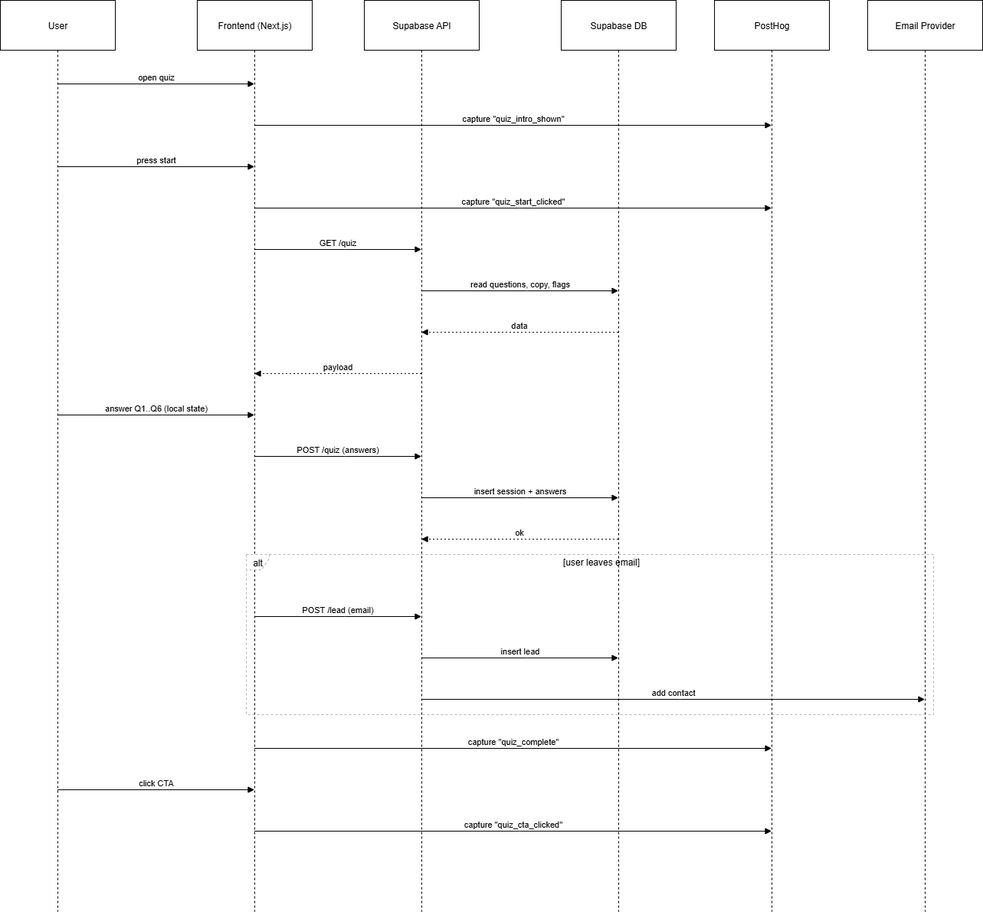
Above: content/app-web/architecture/pre-mvp/02-runtime-flow/sequence-diagram.png in alexandrafofel/brightfutureahead (draw.io), before the change. Source tidied: cells renumbered, new cells last; positions are measured from the earlier drawing's top-left corner, leaving out a move shared by most shapes.
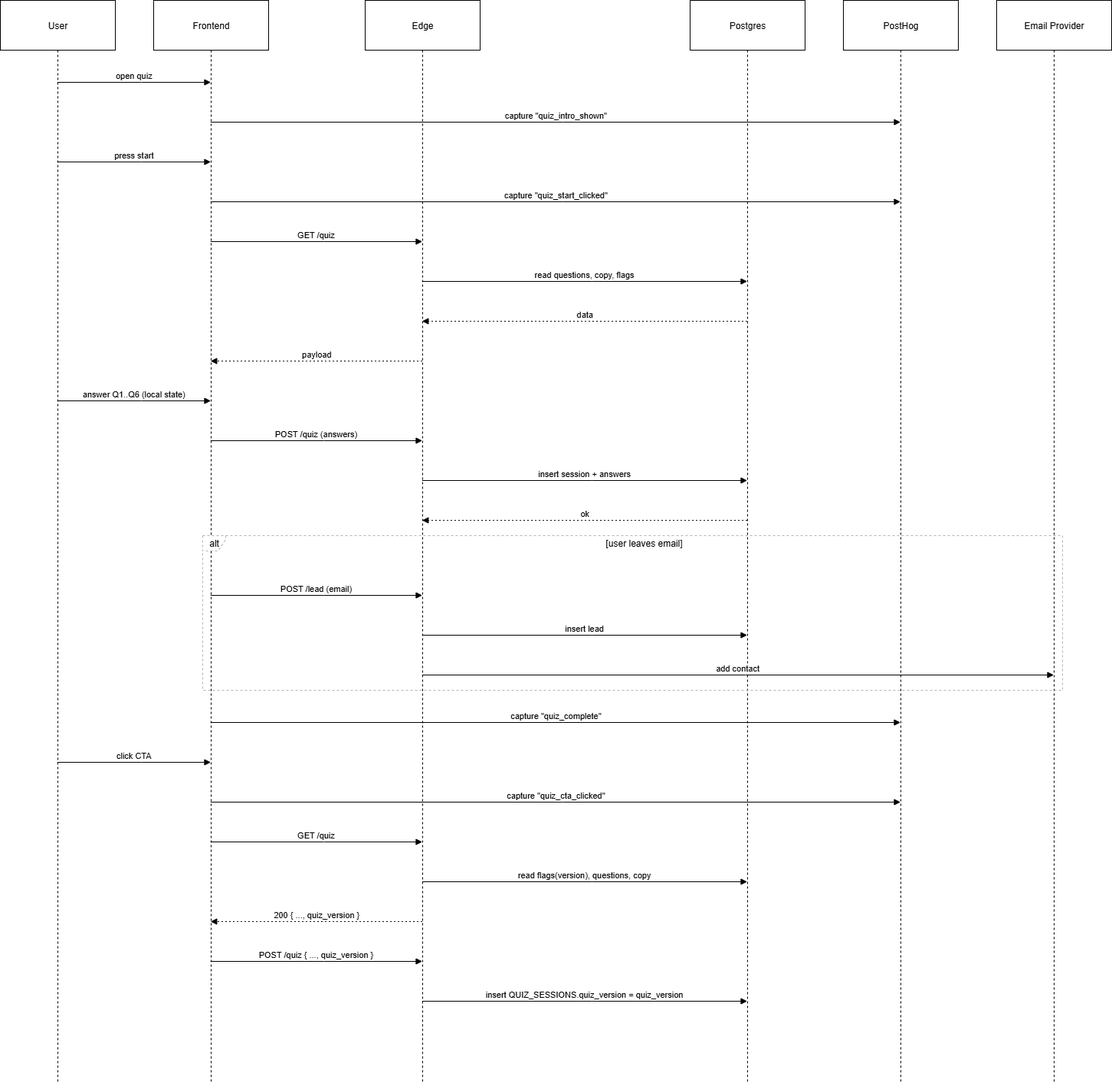
The same diagram one commit later.

Change to the diagram source:
```diff
@@ -3,154 +3,189 @@
     <mxCell id="0" />
     <mxCell id="1" parent="0" />
     <mxCell id="2" value="User" style="shape=umlLifeline;perimeter=lifelinePerimeter;whiteSpace=wrap;outlineConnect=0;portConstraint=eastwest;newEdgeStyle={&quot;edgeStyle&quot;:&quot;elbowEdgeStyle&quot;,&quot;elbow&quot;:&quot;vertical&quot;,&quot;curved&quot;:0,&quot;rounded&quot;:0};size=65;" parent="1" vertex="1">
-      <mxGeometry width="150" height="1189" as="geometry" />
+      <mxGeometry width="150" height="1412" as="geometry" />
     </mxCell>
-    <mxCell id="3" value="Frontend (Next.js)" style="shape=umlLifeline;perimeter=lifelinePerimeter;whiteSpace=wrap;outlineConnect=0;portConstraint=eastwest;newEdgeStyle={&quot;edgeStyle&quot;:&quot;elbowEdgeStyle&quot;,&quot;elbow&quot;:&quot;vertical&quot;,&quot;curved&quot;:0,&quot;rounded&quot;:0};size=65;" parent="1" vertex="1">
-      <mxGeometry x="257" width="150" height="1189" as="geometry" />
-    </mxCell>
-    <mxCell id="4" value="Supabase API" style="shape=umlLifeline;perimeter=lifelinePerimeter;whiteSpace=wrap;outlineConnect=0;portConstraint=eastwest;newEdgeStyle={&quot;edgeStyle&quot;:&quot;elbowEdgeStyle&quot;,&quot;elbow&quot;:&quot;vertical&quot;,&quot;curved&quot;:0,&quot;rounded&quot;:0};size=65;" parent="1" vertex="1">
-      <mxGeometry x="475" width="150" height="1189" as="geometry" />
-    </mxCell>
-    <mxCell id="5" value="Supabase DB" style="shape=umlLifeline;perimeter=lifelinePerimeter;whiteSpace=wrap;outlineConnect=0;portConstraint=eastwest;newEdgeStyle={&quot;edgeStyle&quot;:&quot;elbowEdgeStyle&quot;,&quot;elbow&quot;:&quot;vertical&quot;,&quot;curved&quot;:0,&quot;rounded&quot;:0};size=65;" parent="1" vertex="1">
-      <mxGeometry x="732" width="150" height="1189" as="geometry" />
-    </mxCell>
+    <mxCell id="28" value="Frontend" style="shape=umlLifeline;perimeter=lifelinePerimeter;whiteSpace=wrap;outlineConnect=0;portConstraint=eastwest;newEdgeStyle={&quot;edgeStyle&quot;:&quot;elbowEdgeStyle&quot;,&quot;elbow&quot;:&quot;vertical&quot;,&quot;curved&quot;:0,&quot;rounded&quot;:0};size=65;" parent="1" vertex="1">
+      <mxGeometry x="200" width="150" height="1412" as="geometry" />
+    </mxCell>
+    <mxCell id="29" value="Edge" style="shape=umlLifeline;perimeter=lifelinePerimeter;whiteSpace=wrap;outlineConnect=0;portConstraint=eastwest;newEdgeStyle={&quot;edgeStyle&quot;:&quot;elbowEdgeStyle&quot;,&quot;elbow&quot;:&quot;vertical&quot;,&quot;curved&quot;:0,&quot;rounded&quot;:0};size=65;" parent="1" vertex="1">
+      <mxGeometry x="476" width="150" height="1412" as="geometry" />
+    </mxCell>
+    <mxCell id="30" value="Postgres" style="shape=umlLifeline;perimeter=lifelinePerimeter;whiteSpace=wrap;outlineConnect=0;portConstraint=eastwest;newEdgeStyle={&quot;edgeStyle&quot;:&quot;elbowEdgeStyle&quot;,&quot;elbow&quot;:&quot;vertical&quot;,&quot;curved&quot;:0,&quot;rounded&quot;:0};size=65;" parent="1" vertex="1">
+      <mxGeometry x="900" width="150" height="1412" as="geometry" />
+    </mxCell>
     <mxCell id="6" value="PostHog" style="shape=umlLifeline;perimeter=lifelinePerimeter;whiteSpace=wrap;outlineConnect=0;portConstraint=eastwest;newEdgeStyle={&quot;edgeStyle&quot;:&quot;elbowEdgeStyle&quot;,&quot;elbow&quot;:&quot;vertical&quot;,&quot;curved&quot;:0,&quot;rounded&quot;:0};size=65;" parent="1" vertex="1">
-      <mxGeometry x="932" width="150" height="1189" as="geometry" />
+      <mxGeometry x="1100" width="150" height="1412" as="geometry" />
     </mxCell>
     <mxCell id="7" value="Email Provider" style="shape=umlLifeline;perimeter=lifelinePerimeter;whiteSpace=wrap;outlineConnect=0;portConstraint=eastwest;newEdgeStyle={&quot;edgeStyle&quot;:&quot;elbowEdgeStyle&quot;,&quot;elbow&quot;:&quot;vertical&quot;,&quot;curved&quot;:0,&quot;rounded&quot;:0};size=65;" parent="1" vertex="1">
-      <mxGeometry x="1132" width="150" height="1189" as="geometry" />
+      <mxGeometry x="1300" width="150" height="1412" as="geometry" />
     </mxCell>
     <mxCell id="8" value="alt" style="shape=umlFrame;dashed=1;strokeColor=#B3B3B3;height=20;width=30;" parent="1" vertex="1">
-      <mxGeometry x="321" y="723" width="897" height="209" as="geometry" />
+      <mxGeometry x="264" y="699" width="1122" height="202" as="geometry" />
     </mxCell>
     <mxCell id="9" value="[user leaves email]" style="text;strokeColor=none;fillColor=none;align=center;verticalAlign=middle;whiteSpace=wrap;" parent="8" vertex="1">
-      <mxGeometry x="30" width="867" height="20" as="geometry" />
+      <mxGeometry x="30" width="1092" height="20" as="geometry" />
     </mxCell>
-    <mxCell id="10" value="open quiz" style="verticalAlign=bottom;edgeStyle=elbowEdgeStyle;elbow=vertical;curved=0;rounded=0;endArrow=block;" parent="1" edge="1" source="2" target="3">
+    <mxCell id="10" value="open quiz" style="verticalAlign=bottom;edgeStyle=elbowEdgeStyle;elbow=vertical;curved=0;rounded=0;endArrow=block;" parent="1" edge="1" source="2" target="28">
       <mxGeometry relative="1" as="geometry">
         <Array as="points">
-          <mxPoint x="212" y="109" />
+          <mxPoint x="184" y="107" />
         </Array>
       </mxGeometry>
     </mxCell>
-    <mxCell id="11" value="capture &quot;quiz_intro_shown&quot;" style="verticalAlign=bottom;edgeStyle=elbowEdgeStyle;elbow=vertical;curved=0;rounded=0;endArrow=block;" parent="1" edge="1" source="3" target="6">
+    <mxCell id="11" value="capture &quot;quiz_intro_shown&quot;" style="verticalAlign=bottom;edgeStyle=elbowEdgeStyle;elbow=vertical;curved=0;rounded=0;endArrow=block;" parent="1" edge="1" source="28" target="6">
       <mxGeometry relative="1" as="geometry">
         <Array as="points">
-          <mxPoint x="678" y="163" />
+          <mxPoint x="734" y="159" />
         </Array>
       </mxGeometry>
     </mxCell>
-    <mxCell id="12" value="press start" style="verticalAlign=bottom;edgeStyle=elbowEdgeStyle;elbow=vertical;curved=0;rounded=0;endArrow=block;" parent="1" edge="1" source="2" target="3">
+    <mxCell id="12" value="press start" style="verticalAlign=bottom;edgeStyle=elbowEdgeStyle;elbow=vertical;curved=0;rounded=0;endArrow=block;" parent="1" edge="1" source="2" target="28">
       <mxGeometry relative="1" as="geometry">
         <Array as="points">
-          <mxPoint x="212" y="217" />
+          <mxPoint x="184" y="211" />
         </Array>
       </mxGeometry>
     </mxCell>
-    <mxCell id="13" value="capture &quot;quiz_start_clicked&quot;" style="verticalAlign=bottom;edgeStyle=elbowEdgeStyle;elbow=vertical;curved=0;rounded=0;endArrow=block;" parent="1" edge="1" source="3" target="6">
+    <mxCell id="13" value="capture &quot;quiz_start_clicked&quot;" style="verticalAlign=bottom;edgeStyle=elbowEdgeStyle;elbow=vertical;curved=0;rounded=0;endArrow=block;" parent="1" edge="1" source="28" target="6">
       <mxGeometry relative="1" as="geometry">
         <Array as="points">
-          <mxPoint x="678" y="271" />
+          <mxPoint x="734" y="263" />
         </Array>
       </mxGeometry>
     </mxCell>
-    <mxCell id="14" value="GET /quiz" style="verticalAlign=bottom;edgeStyle=elbowEdgeStyle;elbow=vertical;curved=0;rounded=0;endArrow=block;" parent="1" edge="1" source="3" target="4">
-      <mxGeometry relative="1" as="geometry">
-        <Array as="points">
-          <mxPoint x="450" y="325" />
-        </Array>
-      </mxGeometry>
-    </mxCell>
+    <mxCell id="31" value="GET /quiz" style="verticalAlign=bottom;edgeStyle=elbowEdgeStyle;elbow=vertical;curved=0;rounded=0;endArrow=block;" parent="1" edge="1" source="28" target="29">
+      <mxGeometry relative="1" as="geometry">
+        <Array as="points">
+          <mxPoint x="422" y="315" />
+        </Array>
+      </mxGeometry>
+    </mxCell>
-    <mxCell id="15" value="read questions, copy, flags" style="verticalAlign=bottom;edgeStyle=elbowEdgeStyle;elbow=vertical;curved=0;rounded=0;endArrow=block;" parent="1" edge="1" source="4" target="5">
+    <mxCell id="15" value="read questions, copy, flags" style="verticalAlign=bottom;edgeStyle=elbowEdgeStyle;elbow=vertical;curved=0;rounded=0;endArrow=block;" parent="1" edge="1" source="29" target="30">
       <mxGeometry relative="1" as="geometry">
         <Array as="points">
-          <mxPoint x="687" y="379" />
+          <mxPoint x="772" y="367" />
         </Array>
       </mxGeometry>
     </mxCell>
-    <mxCell id="16" value="data" style="verticalAlign=bottom;edgeStyle=elbowEdgeStyle;elbow=vertical;curved=0;rounded=0;dashed=1;dashPattern=2 3;endArrow=block;" parent="1" edge="1" source="5" target="4">
+    <mxCell id="16" value="data" style="verticalAlign=bottom;edgeStyle=elbowEdgeStyle;elbow=vertical;curved=0;rounded=0;dashed=1;dashPattern=2 3;endArrow=block;" parent="1" edge="1" source="30" target="29">
       <mxGeometry relative="1" as="geometry">
         <Array as="points">
-          <mxPoint x="690" y="433" />
+          <mxPoint x="775" y="419" />
         </Array>
       </mxGeometry>
     </mxCell>
-    <mxCell id="17" value="payload" style="verticalAlign=bottom;edgeStyle=elbowEdgeStyle;elbow=vertical;curved=0;rounded=0;dashed=1;dashPattern=2 3;endArrow=block;" parent="1" edge="1" source="4" target="3">
+    <mxCell id="17" value="payload" style="verticalAlign=bottom;edgeStyle=elbowEdgeStyle;elbow=vertical;curved=0;rounded=0;dashed=1;dashPattern=2 3;endArrow=block;" parent="1" edge="1" source="29" target="28">
       <mxGeometry relative="1" as="geometry">
         <Array as="points">
-          <mxPoint x="453" y="487" />
+          <mxPoint x="425" y="471" />
         </Array>
       </mxGeometry>
     </mxCell>
-    <mxCell id="18" value="answer Q1..Q6 (local state)" style="verticalAlign=bottom;edgeStyle=elbowEdgeStyle;elbow=vertical;curved=0;rounded=0;endArrow=block;" parent="1" edge="1" source="2" target="3">
+    <mxCell id="18" value="answer Q1..Q6 (local state)" style="verticalAlign=bottom;edgeStyle=elbowEdgeStyle;elbow=vertical;curved=0;rounded=0;endArrow=block;" parent="1" edge="1" source="2" target="28">
       <mxGeometry relative="1" as="geometry">
         <Array as="points">
-          <mxPoint x="212" y="541" />
+          <mxPoint x="184" y="523" />
         </Array>
       </mxGeometry>
     </mxCell>
-    <mxCell id="19" value="POST /quiz (answers)" style="verticalAlign=bottom;edgeStyle=elbowEdgeStyle;elbow=vertical;curved=0;rounded=0;endArrow=block;" parent="1" edge="1" source="3" target="4">
+    <mxCell id="19" value="POST /quiz (answers)" style="verticalAlign=bottom;edgeStyle=elbowEdgeStyle;elbow=vertical;curved=0;rounded=0;endArrow=block;" parent="1" edge="1" source="28" target="29">
       <mxGeometry relative="1" as="geometry">
         <Array as="points">
-          <mxPoint x="450" y="595" />
+          <mxPoint x="422" y="575" />
         </Array>
       </mxGeometry>
     </mxCell>
-    <mxCell id="20" value="insert session + answers" style="verticalAlign=bottom;edgeStyle=elbowEdgeStyle;elbow=vertical;curved=0;rounded=0;endArrow=block;" parent="1" edge="1" source="4" target="5">
+    <mxCell id="20" value="insert session + answers" style="verticalAlign=bottom;edgeStyle=elbowEdgeStyle;elbow=vertical;curved=0;rounded=0;endArrow=block;" parent="1" edge="1" source="29" target="30">
       <mxGeometry relative="1" as="geometry">
         <Array as="points">
-          <mxPoint x="687" y="649" />
+          <mxPoint x="772" y="627" />
         </Array>
       </mxGeometry>
     </mxCell>
-    <mxCell id="21" value="ok" style="verticalAlign=bottom;edgeStyle=elbowEdgeStyle;elbow=vertical;curved=0;rounded=0;dashed=1;dashPattern=2 3;endArrow=block;" parent="1" edge="1" source="5" target="4">
+    <mxCell id="21" value="ok" style="verticalAlign=bottom;edgeStyle=elbowEdgeStyle;elbow=vertical;curved=0;rounded=0;dashed=1;dashPattern=2 3;endArrow=block;" parent="1" edge="1" source="30" target="29">
       <mxGeometry relative="1" as="geometry">
         <Array as="points">
-          <mxPoint x="690" y="703" />
+          <mxPoint x="775" y="679" />
         </Array>
       </mxGeometry>
     </mxCell>
-    <mxCell id="22" value="POST /lead (email)" style="verticalAlign=bottom;edgeStyle=elbowEdgeStyle;elbow=vertical;curved=0;rounded=0;endArrow=block;" parent="1" edge="1" source="3" target="4">
+    <mxCell id="22" value="POST /lead (email)" style="verticalAlign=bottom;edgeStyle=elbowEdgeStyle;elbow=vertical;curved=0;rounded=0;endArrow=block;" parent="1" edge="1" source="28" target="29">
       <mxGeometry relative="1" as="geometry">
         <Array as="points">
-          <mxPoint x="450" y="804" />
+          <mxPoint x="422" y="777" />
         </Array>
       </mxGeometry>
     </mxCell>
-    <mxCell id="23" value="insert lead" style="verticalAlign=bottom;edgeStyle=elbowEdgeStyle;elbow=vertical;curved=0;rounded=0;endArrow=block;" parent="1" edge="1" source="4" target="5">
+    <mxCell id="23" value="insert lead" style="verticalAlign=bottom;edgeStyle=elbowEdgeStyle;elbow=vertical;curved=0;rounded=0;endArrow=block;" parent="1" edge="1" source="29" target="30">
       <mxGeometry relative="1" as="geometry">
         <Array as="points">
-          <mxPoint x="687" y="858" />
+          <mxPoint x="772" y="829" />
         </Array>
       </mxGeometry>
     </mxCell>
-    <mxCell id="24" value="add contact" style="verticalAlign=bottom;edgeStyle=elbowEdgeStyle;elbow=vertical;curved=0;rounded=0;endArrow=block;" parent="1" edge="1" source="4" target="7">
+    <mxCell id="24" value="add contact" style="verticalAlign=bottom;edgeStyle=elbowEdgeStyle;elbow=vertical;curved=0;rounded=0;endArrow=block;" parent="1" edge="1" source="29" target="7">
       <mxGeometry relative="1" as="geometry">
         <Array as="points">
-          <mxPoint x="887" y="912" />
+          <mxPoint x="972" y="881" />
         </Array>
       </mxGeometry>
     </mxCell>
-    <mxCell id="25" value="capture &quot;quiz_complete&quot;" style="verticalAlign=bottom;edgeStyle=elbowEdgeStyle;elbow=vertical;curved=0;rounded=0;endArrow=block;" parent="1" edge="1" source="3" target="6">
+    <mxCell id="25" value="capture &quot;quiz_complete&quot;" style="verticalAlign=bottom;edgeStyle=elbowEdgeStyle;elbow=vertical;curved=0;rounded=0;endArrow=block;" parent="1" edge="1" source="28" target="6">
       <mxGeometry relative="1" as="geometry">
         <Array as="points">
-          <mxPoint x="678" y="976" />
+          <mxPoint x="734" y="943" />
         </Array>
       </mxGeometry>
     </mxCell>
-    <mxCell id="26" value="click CTA" style="verticalAlign=bottom;edgeStyle=elbowEdgeStyle;elbow=vertical;curved=0;rounded=0;endArrow=block;" parent="1" edge="1" source="2" target="3">
+    <mxCell id="26" value="click CTA" style="verticalAlign=bottom;edgeStyle=elbowEdgeStyle;elbow=vertical;curved=0;rounded=0;endArrow=block;" parent="1" edge="1" source="2" target="28">
       <mxGeometry relative="1" as="geometry">
         <Array as="points">
-          <mxPoint x="212" y="1030" />
+          <mxPoint x="184" y="995" />
         </Array>
       </mxGeometry>
     </mxCell>
-    <mxCell id="27" value="capture &quot;quiz_cta_clicked&quot;" style="verticalAlign=bottom;edgeStyle=elbowEdgeStyle;elbow=vertical;curved=0;rounded=0;endArrow=block;" parent="1" edge="1" source="3" target="6">
+    <mxCell id="27" value="capture &quot;quiz_cta_clicked&quot;" style="verticalAlign=bottom;edgeStyle=elbowEdgeStyle;elbow=vertical;curved=0;rounded=0;endArrow=block;" parent="1" edge="1" source="28" target="6">
       <mxGeometry relative="1" as="geometry">
         <Array as="points">
-          <mxPoint x="678" y="1084" />
+          <mxPoint x="734" y="1047" />
         </Array>
       </mxGeometry>
     </mxCell>
+    <mxCell id="32" value="GET /quiz" style="verticalAlign=bottom;edgeStyle=elbowEdgeStyle;elbow=vertical;curved=0;rounded=0;endArrow=block;" parent="1" edge="1" source="28" target="29">
+      <mxGeometry relative="1" as="geometry">
+        <Array as="points">
+          <mxPoint x="422" y="1099" />
+        </Array>
+      </mxGeometry>
+    </mxCell>
+    <mxCell id="33" value="read flags(version), questions, copy" style="verticalAlign=bottom;edgeStyle=elbowEdgeStyle;elbow=vertical;curved=0;rounded=0;endArrow=block;" parent="1" edge="1" source="29" target="30">
+      <mxGeometry relative="1" as="geometry">
+        <Array as="points">
+          <mxPoint x="772" y="1151" />
+        </Array>
+      </mxGeometry>
+    </mxCell>
+    <mxCell id="34" value="200 { ..., quiz_version }" style="verticalAlign=bottom;edgeStyle=elbowEdgeStyle;elbow=vertical;curved=0;rounded=0;dashed=1;dashPattern=2 3;endArrow=block;" parent="1" edge="1" source="29" target="28">
+      <mxGeometry relative="1" as="geometry">
+        <Array as="points">
+          <mxPoint x="425" y="1203" />
+        </Array>
+      </mxGeometry>
+    </mxCell>
+    <mxCell id="35" value="POST /quiz { ..., quiz_version }" style="verticalAlign=bottom;edgeStyle=elbowEdgeStyle;elbow=vertical;curved=0;rounded=0;endArrow=block;" parent="1" edge="1" source="28" target="29">
+      <mxGeometry relative="1" as="geometry">
+        <Array as="points">
+          <mxPoint x="422" y="1255" />
+        </Array>
+      </mxGeometry>
+    </mxCell>
+    <mxCell id="36" value="insert QUIZ_SESSIONS.quiz_version = quiz_version" style="verticalAlign=bottom;edgeStyle=elbowEdgeStyle;elbow=vertical;curved=0;rounded=0;endArrow=block;" parent="1" edge="1" source="29" target="30">
+      <mxGeometry relative="1" as="geometry">
+        <Array as="points">
+          <mxPoint x="772" y="1307" />
+        </Array>
+      </mxGeometry>
+    </mxCell>
   </root>
 </mxGraphModel>
```
